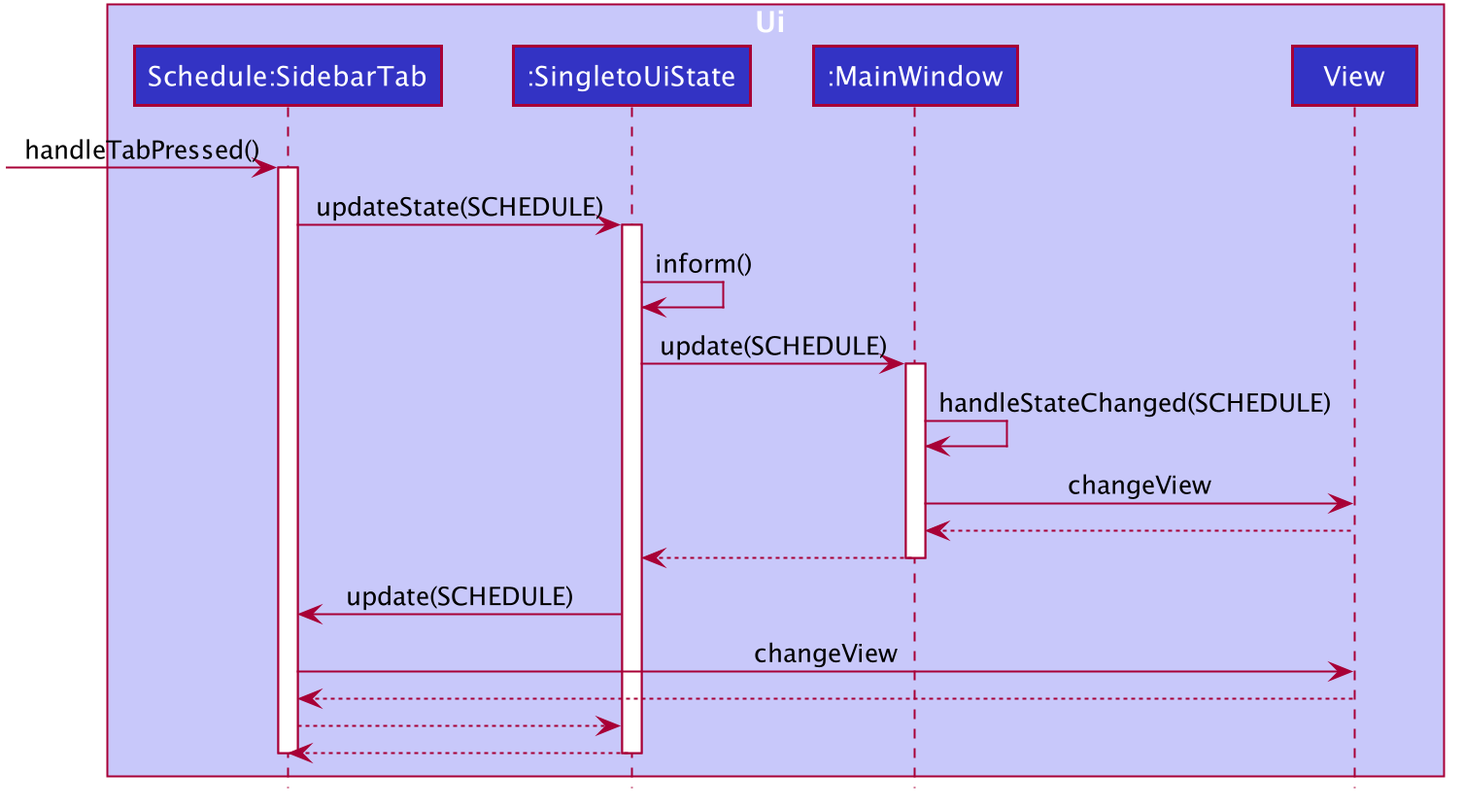
Earlier version of the PlantUML export docs/images/SidebarSequenceDiagram.png (petrickjerico/tp). Its source is kept beside it as docs/diagrams/SidebarSequenceDiagram.puml.
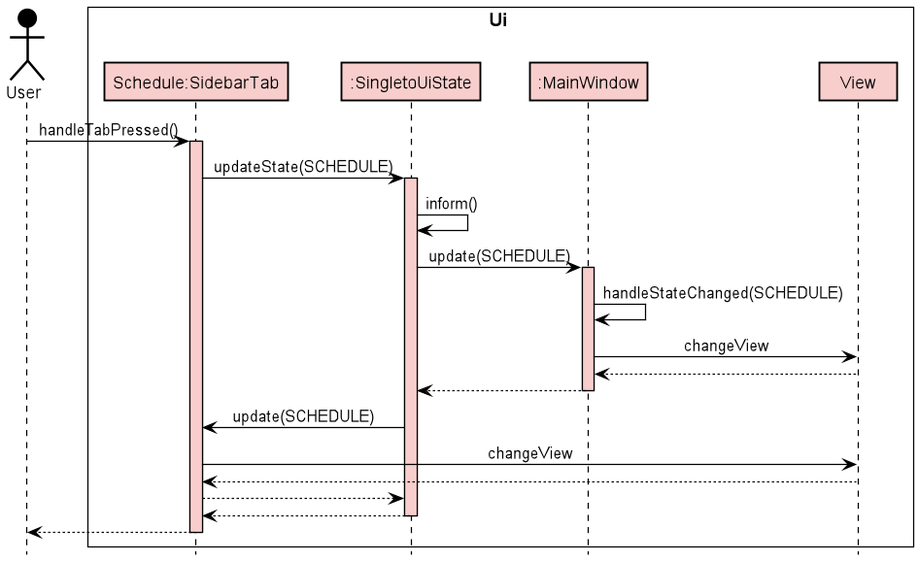
Later version of the same file.

What changed in the source:
```diff
@@ -1,23 +1,35 @@
 @startuml
 !include style.puml
 
-box Ui LOGIC_COLOR_T1
-participant "Schedule:SidebarTab" as SidebarTab1 LOGIC_COLOR
-participant ":SingletoUiState" as UiState LOGIC_COLOR
-participant ":MainWindow" as MainWindow LOGIC_COLOR
-participant "View" as View LOGIC_COLOR
+skinparam sequence {
+participantBorderColor #000000
+ArrowColor #000000
+ActorBorderColor #000000
+LifeLineBorderColor #000000
+LifeLineBackgroundColor #000000
+}
+
+skinparam sequenceBoxBorderColor #black
+
+Actor User as user USER_COLOR
+
+box Ui #white
+participant "Schedule:SidebarTab" as SidebarTab1 UI_COLOR
+participant ":SingletoUiState" as UiState UI_COLOR
+participant ":MainWindow" as MainWindow UI_COLOR
+participant "View" as View UI_COLOR
 end box
 
-[-> SidebarTab1 : handleTabPressed()
-activate SidebarTab1
+user -> SidebarTab1 : handleTabPressed()
+activate SidebarTab1 UI_COLOR
 
 SidebarTab1 -> UiState : updateState(SCHEDULE)
-activate UiState
+activate UiState UI_COLOR
 
 UiState -> UiState : inform()
 
 UiState -> MainWindow : update(SCHEDULE)
-activate MainWindow
+activate MainWindow UI_COLOR
 
 MainWindow -> MainWindow : handleStateChanged(SCHEDULE)
 
@@ -38,7 +50,7 @@
 UiState --> SidebarTab1
 deactivate UiState
 
-<--SidebarTab1
+user <--SidebarTab1
 
 deactivate SidebarTab1
 
```
